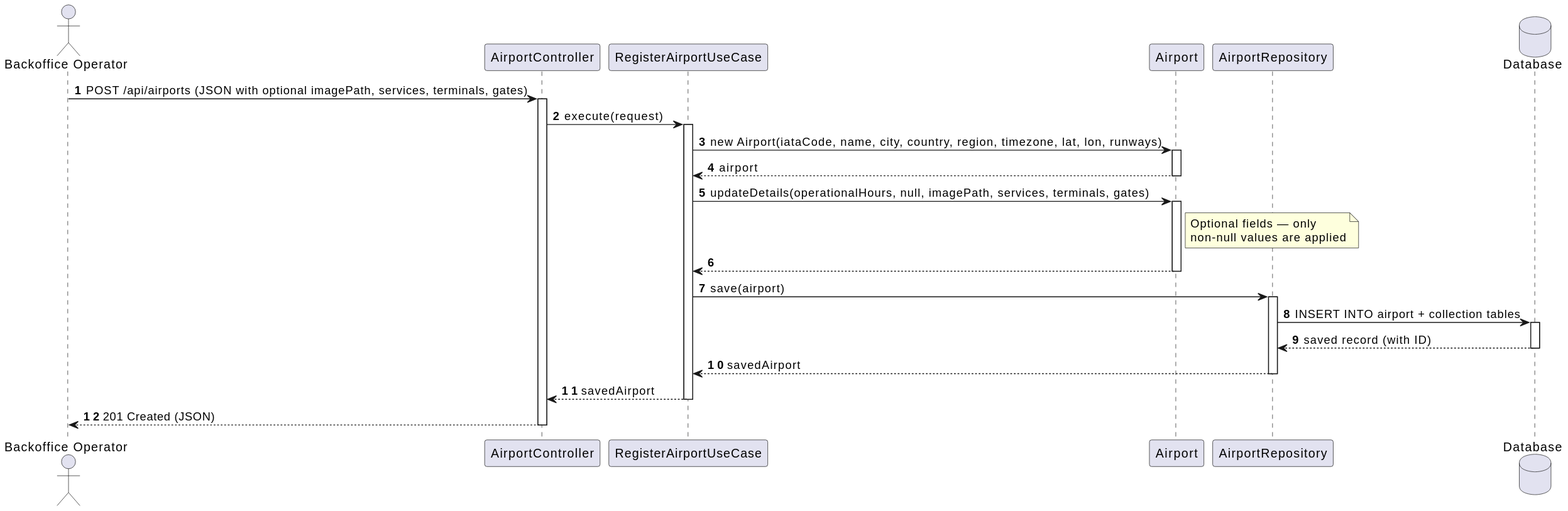
The PlantUML diagram docs/use-cases/WP#_B/WP#2B/svg/sequence-diagram/sd_us207.svg in VascoMagolo/psoft_1231562_1241692_1242036_2db, before a commit. Source of this version:
```plantuml
@startuml
autonumber
actor "Backoffice Operator" as BO
participant "AirportController" as Ctrl
participant "RegisterAirportUseCase" as UC
participant "Airport" as Entity
participant "AirportRepository" as Repo
database "Database" as DB

BO -> Ctrl : POST /api/airports (JSON with optional imagePath, services, terminals, gates)
activate Ctrl

Ctrl -> UC : execute(request)
activate UC

UC -> Entity : new Airport(iataCode, name, city, country, region, timezone, lat, lon, runways)
activate Entity
Entity --> UC : airport
deactivate Entity

UC -> Entity : updateDetails(operationalHours, null, imagePath, services, terminals, gates)
activate Entity
note right of Entity : Optional fields — only\nnon-null values are applied
Entity --> UC
deactivate Entity

UC -> Repo : save(airport)
activate Repo
Repo -> DB : INSERT INTO airport + collection tables
activate DB
DB --> Repo : saved record (with ID)
deactivate DB
Repo --> UC : savedAirport
deactivate Repo

UC --> Ctrl : savedAirport
deactivate UC

Ctrl --> BO : 201 Created (JSON)
deactivate Ctrl
@enduml
```
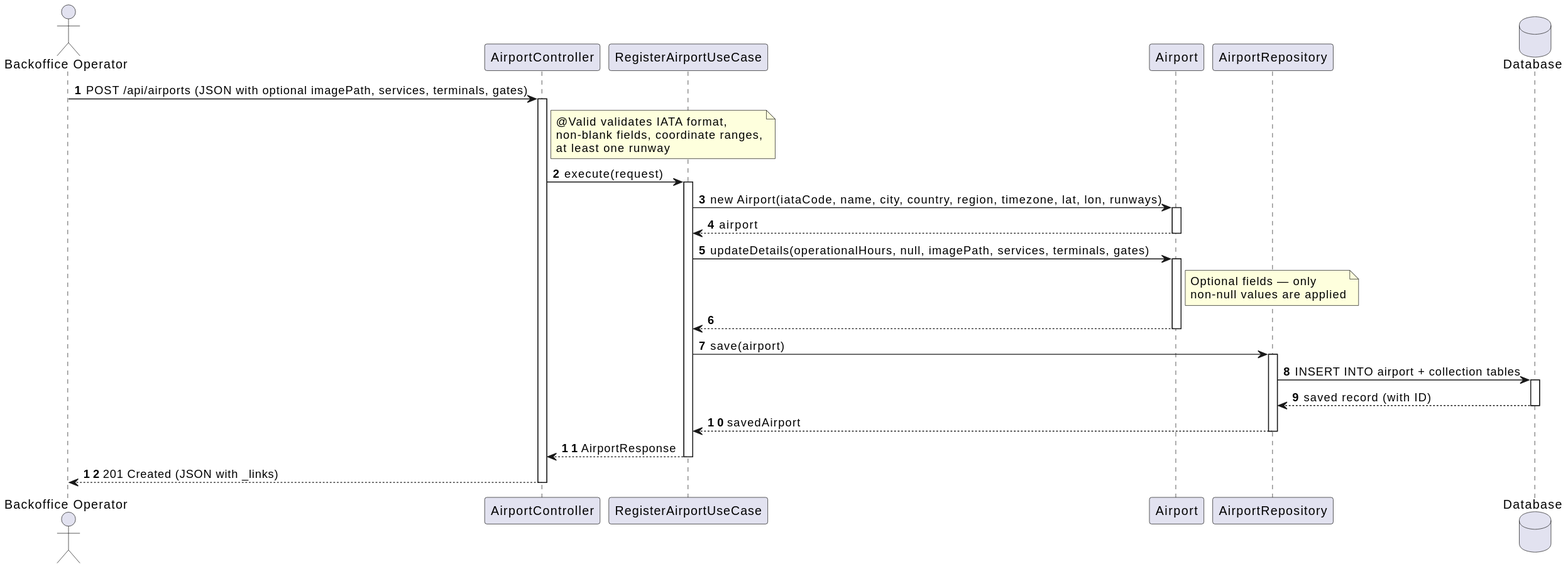
Later version of the same file.

What changed in the source:
```diff
@@ -9,6 +9,8 @@
 
 BO -> Ctrl : POST /api/airports (JSON with optional imagePath, services, terminals, gates)
 activate Ctrl
+
+note right of Ctrl : @Valid validates IATA format,\nnon-blank fields, coordinate ranges,\nat least one runway
 
 Ctrl -> UC : execute(request)
 activate UC
@@ -33,9 +35,9 @@
 Repo --> UC : savedAirport
 deactivate Repo
 
-UC --> Ctrl : savedAirport
+UC --> Ctrl : AirportResponse
 deactivate UC
 
-Ctrl --> BO : 201 Created (JSON)
+Ctrl --> BO : 201 Created (JSON with _links)
 deactivate Ctrl
 @enduml
```
